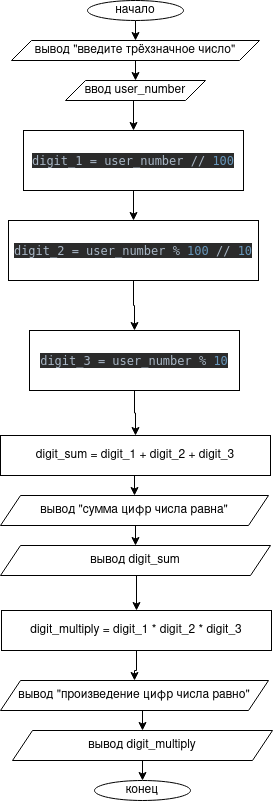
This is lesson_1/task_1.png from astronomiwe/algorithms_and_data_structures, a draw.io export, as it was before one commit. Source tidied: cells renumbered, new cells last; positions are measured from the earlier drawing's top-left corner, leaving out a move shared by most shapes.
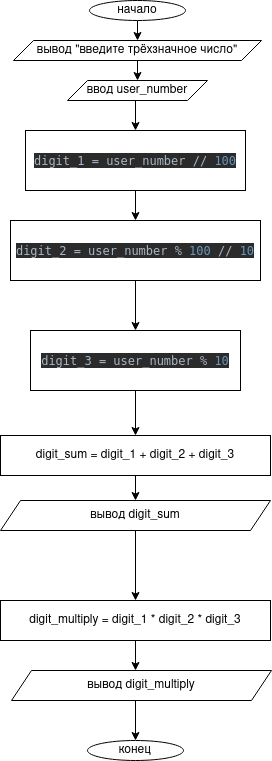
The same file after the commit.

Change to the diagram source:
```diff
@@ -9,7 +9,7 @@
       <mxGeometry x="87" width="96" height="20" as="geometry" />
     </mxCell>
     <mxCell id="4" value="конец" style="ellipse;whiteSpace=wrap;html=1;" parent="1" vertex="1">
-      <mxGeometry x="94" y="780" width="96" height="20" as="geometry" />
+      <mxGeometry x="85" y="740" width="96" height="20" as="geometry" />
     </mxCell>
     <mxCell id="5" style="edgeStyle=orthogonalEdgeStyle;rounded=0;jettySize=auto;html=1;exitX=0.5;exitY=1;exitDx=0;exitDy=0;entryX=0.5;entryY=0;entryDx=0;entryDy=0;" parent="1" edge="1" source="6" target="8">
       <mxGeometry relative="1" as="geometry" />
@@ -24,46 +24,39 @@
       <mxGeometry x="65" y="80" width="140" height="20" as="geometry" />
     </mxCell>
     <mxCell id="9" style="edgeStyle=orthogonalEdgeStyle;rounded=0;jettySize=auto;html=1;exitX=0.5;exitY=1;exitDx=0;exitDy=0;entryX=0.5;entryY=0;entryDx=0;entryDy=0;" parent="1" edge="1" source="10" target="4">
-      <mxGeometry relative="1" as="geometry" />
+      <mxGeometry relative="1" as="geometry">
+        <Array as="points">
+          <mxPoint x="133" y="700" />
+          <mxPoint x="133" y="740" />
+        </Array>
+      </mxGeometry>
     </mxCell>
     <mxCell id="10" value="вывод digit_multiply" style="shape=parallelogram;perimeter=parallelogramPerimeter;whiteSpace=wrap;html=1;fixedSize=1;" parent="1" vertex="1">
-      <mxGeometry x="12" y="730" width="260" height="30" as="geometry" />
+      <mxGeometry x="9" y="670" width="260" height="30" as="geometry" />
     </mxCell>
     <mxCell id="11" style="edgeStyle=orthogonalEdgeStyle;rounded=0;jettySize=auto;html=1;exitX=0.5;exitY=1;exitDx=0;exitDy=0;entryX=0.5;entryY=0;entryDx=0;entryDy=0;" parent="1" edge="1" source="12" target="16">
       <mxGeometry relative="1" as="geometry" />
     </mxCell>
     <mxCell id="12" value="вывод digit_sum " style="shape=parallelogram;perimeter=parallelogramPerimeter;whiteSpace=wrap;html=1;fixedSize=1;" parent="1" vertex="1">
-      <mxGeometry y="545" width="270" height="30" as="geometry" />
+      <mxGeometry x="-2" y="500" width="270" height="30" as="geometry" />
     </mxCell>
-    <mxCell id="13" style="edgeStyle=orthogonalEdgeStyle;rounded=0;jettySize=auto;html=1;exitX=0.5;exitY=1;exitDx=0;exitDy=0;entryX=0.5;entryY=0;entryDx=0;entryDy=0;" parent="1" edge="1" source="14" target="20">
-      <mxGeometry relative="1" as="geometry" />
-    </mxCell>
+    <mxCell id="27" style="edgeStyle=orthogonalEdgeStyle;rounded=0;jettySize=auto;html=1;exitX=0.5;exitY=1;exitDx=0;exitDy=0;entryX=0.5;entryY=0;entryDx=0;entryDy=0;" parent="1" edge="1" source="14" target="12">
+      <mxGeometry relative="1" as="geometry" />
+    </mxCell>
     <mxCell id="14" value="digit_sum = digit_1 + digit_2 + digit_3" style="rounded=0;whiteSpace=wrap;html=1;" parent="1" vertex="1">
-      <mxGeometry y="435" width="270" height="40" as="geometry" />
+      <mxGeometry x="-2" y="435" width="270" height="40" as="geometry" />
     </mxCell>
-    <mxCell id="15" style="edgeStyle=orthogonalEdgeStyle;rounded=0;jettySize=auto;html=1;" parent="1" edge="1" source="16" target="18">
-      <mxGeometry relative="1" as="geometry" />
-    </mxCell>
+    <mxCell id="28" style="edgeStyle=orthogonalEdgeStyle;rounded=0;jettySize=auto;html=1;exitX=0.5;exitY=1;exitDx=0;exitDy=0;entryX=0.477;entryY=0;entryDx=0;entryDy=0;entryPerimeter=0;" parent="1" edge="1" source="16" target="10">
+      <mxGeometry relative="1" as="geometry" />
+    </mxCell>
     <mxCell id="16" value="digit_multiply = digit_1 * digit_2 * digit_3" style="rounded=0;whiteSpace=wrap;html=1;" parent="1" vertex="1">
-      <mxGeometry x="1" y="610" width="270" height="40" as="geometry" />
+      <mxGeometry x="-2" y="600" width="270" height="40" as="geometry" />
     </mxCell>
-    <mxCell id="17" style="edgeStyle=orthogonalEdgeStyle;rounded=0;jettySize=auto;html=1;exitX=0.5;exitY=1;exitDx=0;exitDy=0;entryX=0.5;entryY=0;entryDx=0;entryDy=0;" parent="1" edge="1" source="18" target="10">
-      <mxGeometry relative="1" as="geometry" />
-    </mxCell>
-    <mxCell id="18" value="вывод &quot;произведение цифр числа равно&quot;" style="shape=parallelogram;perimeter=parallelogramPerimeter;whiteSpace=wrap;html=1;fixedSize=1;" parent="1" vertex="1">
-      <mxGeometry y="680" width="268" height="30" as="geometry" />
-    </mxCell>
-    <mxCell id="19" style="edgeStyle=orthogonalEdgeStyle;rounded=0;jettySize=auto;html=1;exitX=0.5;exitY=1;exitDx=0;exitDy=0;entryX=0.5;entryY=0;entryDx=0;entryDy=0;" parent="1" edge="1" source="20" target="12">
-      <mxGeometry relative="1" as="geometry" />
-    </mxCell>
-    <mxCell id="20" value="вывод &quot;сумма цифр числа равна&quot;" style="shape=parallelogram;perimeter=parallelogramPerimeter;whiteSpace=wrap;html=1;fixedSize=1;" parent="1" vertex="1">
-      <mxGeometry y="495" width="268" height="30" as="geometry" />
-    </mxCell>
     <mxCell id="21" style="edgeStyle=orthogonalEdgeStyle;rounded=0;jettySize=auto;html=1;exitX=0.5;exitY=1;exitDx=0;exitDy=0;entryX=0.5;entryY=0;entryDx=0;entryDy=0;" parent="1" edge="1" source="22" target="14">
       <mxGeometry relative="1" as="geometry" />
     </mxCell>
     <mxCell id="22" value="&lt;pre style=&quot;background-color: #2b2b2b ; color: #a9b7c6 ; font-family: &amp;#34;jetbrains mono&amp;#34; , monospace ; font-size: 9 0pt&quot;&gt;digit_3 = user_number % &lt;span style=&quot;color: #6897bb&quot;&gt;10&lt;/span&gt;&lt;/pre&gt;" style="rounded=0;whiteSpace=wrap;html=1;" parent="1" vertex="1">
-      <mxGeometry x="29" y="330" width="210" height="60" as="geometry" />
+      <mxGeometry x="28" y="330" width="210" height="60" as="geometry" />
     </mxCell>
     <mxCell id="23" style="edgeStyle=orthogonalEdgeStyle;rounded=0;jettySize=auto;html=1;exitX=0.5;exitY=1;exitDx=0;exitDy=0;entryX=0.5;entryY=0;entryDx=0;entryDy=0;" parent="1" edge="1" source="24" target="26">
       <mxGeometry relative="1" as="geometry" />
```
